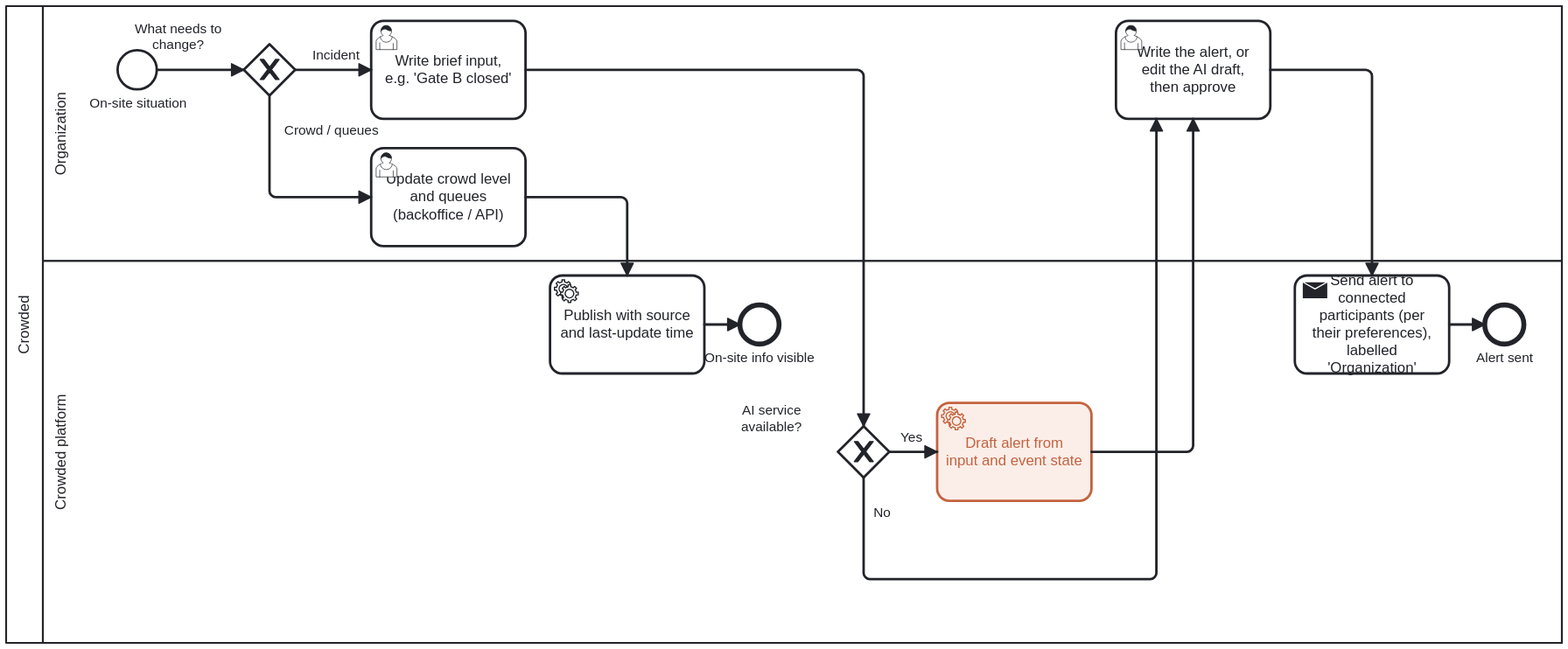
The BPMN diagram docs/deliverables/images/workflow-3b-organization-during-event.svg in andrereis26/crowded-labdsof, before a commit. Its source is kept beside it as docs/deliverables/bpmn/workflow-3b-organization-during-event.bpmn. Ids are renumbered. The source it was exported from:
```xml
<bpmn:definitions xmlns:bpmn="http://www.omg.org/spec/BPMN/20100524/MODEL" xmlns:bpmndi="http://www.omg.org/spec/BPMN/20100524/DI" xmlns:dc="http://www.omg.org/spec/DD/20100524/DC" xmlns:di="http://www.omg.org/spec/DD/20100524/DI" xmlns:bioc="http://bpmn.io/schema/bpmn/biocolor/1.0" xmlns:color="http://www.omg.org/spec/BPMN/non-normative/color/1.0" id="Defs_workflow_3b_organization_during_event" targetNamespace="https://crowded.example/bpmn" exporter="crowded-labdsof" exporterVersion="1.0">
  <bpmn:collaboration id="Collab">
    <bpmn:participant id="Pool_crowded" name="Crowded" processRef="Proc_crowded" />
  </bpmn:collaboration>
  <bpmn:process id="Proc_crowded" isExecutable="false">
    <bpmn:laneSet id="LaneSet_crowded">
      <bpmn:lane id="Lane_O" name="Organization">
        <bpmn:flowNodeRef>s</bpmn:flowNodeRef>
        <bpmn:flowNodeRef>g1</bpmn:flowNodeRef>
        <bpmn:flowNodeRef>inp</bpmn:flowNodeRef>
        <bpmn:flowNodeRef>upd</bpmn:flowNodeRef>
        <bpmn:flowNodeRef>rev</bpmn:flowNodeRef>
      </bpmn:lane>
      <bpmn:lane id="Lane_C" name="Crowded platform">
        <bpmn:flowNodeRef>pub</bpmn:flowNodeRef>
        <bpmn:flowNodeRef>e1</bpmn:flowNodeRef>
        <bpmn:flowNodeRef>g2</bpmn:flowNodeRef>
        <bpmn:flowNodeRef>draft</bpmn:flowNodeRef>
        <bpmn:flowNodeRef>send</bpmn:flowNodeRef>
        <bpmn:flowNodeRef>e2</bpmn:flowNodeRef>
      </bpmn:lane>
    </bpmn:laneSet>
    <bpmn:startEvent id="s" name="On-site situation">
      <bpmn:outgoing>Flow_1</bpmn:outgoing>
    </bpmn:startEvent>
    <bpmn:exclusiveGateway id="g1" name="What needs to change?">
      <bpmn:incoming>Flow_1</bpmn:incoming>
      <bpmn:outgoing>Flow_2</bpmn:outgoing>
      <bpmn:outgoing>Flow_3</bpmn:outgoing>
    </bpmn:exclusiveGateway>
    <bpmn:userTask id="inp" name="Write brief input, e.g. &#x27;Gate B closed&#x27;">
      <bpmn:incoming>Flow_2</bpmn:incoming>
      <bpmn:outgoing>Flow_6</bpmn:outgoing>
    </bpmn:userTask>
    <bpmn:userTask id="upd" name="Update crowd level and queues (backoffice / API)">
      <bpmn:incoming>Flow_3</bpmn:incoming>
      <bpmn:outgoing>Flow_4</bpmn:outgoing>
    </bpmn:userTask>
    <bpmn:serviceTask id="pub" name="Publish with source and last-update time">
      <bpmn:incoming>Flow_4</bpmn:incoming>
      <bpmn:outgoing>Flow_5</bpmn:outgoing>
    </bpmn:serviceTask>
    <bpmn:endEvent id="e1" name="On-site info visible">
      <bpmn:incoming>Flow_5</bpmn:incoming>
    </bpmn:endEvent>
    <bpmn:exclusiveGateway id="g2" name="AI service available?">
      <bpmn:incoming>Flow_6</bpmn:incoming>
      <bpmn:outgoing>Flow_7</bpmn:outgoing>
      <bpmn:outgoing>Flow_8</bpmn:outgoing>
    </bpmn:exclusiveGateway>
    <bpmn:serviceTask id="draft" name="Draft alert from input and event state">
      <bpmn:incoming>Flow_7</bpmn:incoming>
      <bpmn:outgoing>Flow_9</bpmn:outgoing>
    </bpmn:serviceTask>
    <bpmn:userTask id="rev" name="Write the alert, or edit the AI draft, then approve">
      <bpmn:incoming>Flow_9</bpmn:incoming>
      <bpmn:incoming>Flow_8</bpmn:incoming>
      <bpmn:outgoing>Flow_11</bpmn:outgoing>
    </bpmn:userTask>
    <bpmn:sendTask id="send" name="Send alert to connected participants (per their preferences), labelled &#x27;Organization&#x27;">
      <bpmn:incoming>Flow_11</bpmn:incoming>
      <bpmn:outgoing>Flow_12</bpmn:outgoing>
    </bpmn:sendTask>
    <bpmn:endEvent id="e2" name="Alert sent">
      <bpmn:incoming>Flow_12</bpmn:incoming>
    </bpmn:endEvent>
    <bpmn:sequenceFlow id="Flow_1" sourceRef="s" targetRef="g1" />
    <bpmn:sequenceFlow id="Flow_2" name="Incident" sourceRef="g1" targetRef="inp" />
    <bpmn:sequenceFlow id="Flow_3" name="Crowd / queues" sourceRef="g1" targetRef="upd" />
    <bpmn:sequenceFlow id="Flow_4" sourceRef="upd" targetRef="pub" />
    <bpmn:sequenceFlow id="Flow_5" sourceRef="pub" targetRef="e1" />
    <bpmn:sequenceFlow id="Flow_6" sourceRef="inp" targetRef="g2" />
    <bpmn:sequenceFlow id="Flow_7" name="Yes" sourceRef="g2" targetRef="draft" />
    <bpmn:sequenceFlow id="Flow_8" name="No" sourceRef="g2" targetRef="rev" />
    <bpmn:sequenceFlow id="Flow_9" sourceRef="draft" targetRef="rev" />
    <bpmn:sequenceFlow id="Flow_11" sourceRef="rev" targetRef="send" />
    <bpmn:sequenceFlow id="Flow_12" sourceRef="send" targetRef="e2" />
  </bpmn:process>
  <bpmndi:BPMNDiagram id="Diagram">
    <bpmndi:BPMNPlane id="Plane" bpmnElement="Collab">
      <bpmndi:BPMNShape id="Pool_crowded_di" bpmnElement="Pool_crowded" isHorizontal="true"><dc:Bounds x="16" y="16" width="1270" height="520" /></bpmndi:BPMNShape>
      <bpmndi:BPMNShape id="Lane_O_di" bpmnElement="Lane_O" isHorizontal="true"><dc:Bounds x="46" y="16" width="1240" height="208" /></bpmndi:BPMNShape>
      <bpmndi:BPMNShape id="Lane_C_di" bpmnElement="Lane_C" isHorizontal="true"><dc:Bounds x="46" y="224" width="1240" height="312" /></bpmndi:BPMNShape>
      <bpmndi:BPMNShape id="s_di" bpmnElement="s"><dc:Bounds x="107" y="52" width="32" height="32" /><bpmndi:BPMNLabel><dc:Bounds x="83" y="89" width="81" height="26" /></bpmndi:BPMNLabel></bpmndi:BPMNShape>
      <bpmndi:BPMNShape id="g1_di" bpmnElement="g1" isMarkerVisible="true"><dc:Bounds x="210" y="47" width="42" height="42" /><bpmndi:BPMNLabel><dc:Bounds x="91" y="28" width="130" height="26" /></bpmndi:BPMNLabel></bpmndi:BPMNShape>
      <bpmndi:BPMNShape id="inp_di" bpmnElement="inp"><dc:Bounds x="314" y="28" width="126" height="80" /></bpmndi:BPMNShape>
      <bpmndi:BPMNShape id="upd_di" bpmnElement="upd"><dc:Bounds x="314" y="132" width="126" height="80" /></bpmndi:BPMNShape>
      <bpmndi:BPMNShape id="pub_di" bpmnElement="pub"><dc:Bounds x="460" y="236" width="126" height="80" /></bpmndi:BPMNShape>
      <bpmndi:BPMNShape id="e1_di" bpmnElement="e1"><dc:Bounds x="615" y="260" width="32" height="32" /><bpmndi:BPMNLabel><dc:Bounds x="580" y="297" width="102" height="26" /></bpmndi:BPMNLabel></bpmndi:BPMNShape>
      <bpmndi:BPMNShape id="g2_di" bpmnElement="g2" isMarkerVisible="true"><dc:Bounds x="695" y="359" width="42" height="42" /><bpmndi:BPMNLabel><dc:Bounds x="576" y="340" width="130" height="26" /></bpmndi:BPMNLabel></bpmndi:BPMNShape>
      <bpmndi:BPMNShape id="draft_di" bpmnElement="draft" bioc:stroke="#c4633f" bioc:fill="#fbeee8" color:background-color="#fbeee8" color:border-color="#c4633f"><dc:Bounds x="776" y="340" width="126" height="80" /></bpmndi:BPMNShape>
      <bpmndi:BPMNShape id="rev_di" bpmnElement="rev"><dc:Bounds x="922" y="28" width="126" height="80" /></bpmndi:BPMNShape>
      <bpmndi:BPMNShape id="send_di" bpmnElement="send"><dc:Bounds x="1068" y="236" width="126" height="80" /></bpmndi:BPMNShape>
      <bpmndi:BPMNShape id="e2_di" bpmnElement="e2"><dc:Bounds x="1223" y="260" width="32" height="32" /><bpmndi:BPMNLabel><dc:Bounds x="1213" y="297" width="52" height="26" /></bpmndi:BPMNLabel></bpmndi:BPMNShape>
      <bpmndi:BPMNEdge id="Flow_1_di" bpmnElement="Flow_1"><di:waypoint x="139" y="68" /><di:waypoint x="210" y="68" /></bpmndi:BPMNEdge>
      <bpmndi:BPMNEdge id="Flow_2_di" bpmnElement="Flow_2"><di:waypoint x="252" y="68" /><di:waypoint x="314" y="68" /><bpmndi:BPMNLabel><dc:Bounds x="258" y="50" width="54" height="14" /></bpmndi:BPMNLabel></bpmndi:BPMNEdge>
      <bpmndi:BPMNEdge id="Flow_3_di" bpmnElement="Flow_3"><di:waypoint x="231" y="89" /><di:waypoint x="231" y="172" /><di:waypoint x="314" y="172" /><bpmndi:BPMNLabel><dc:Bounds x="237" y="111" width="90" height="14" /></bpmndi:BPMNLabel></bpmndi:BPMNEdge>
      <bpmndi:BPMNEdge id="Flow_4_di" bpmnElement="Flow_4"><di:waypoint x="440" y="172" /><di:waypoint x="523" y="172" /><di:waypoint x="523" y="236" /></bpmndi:BPMNEdge>
      <bpmndi:BPMNEdge id="Flow_5_di" bpmnElement="Flow_5"><di:waypoint x="586" y="276" /><di:waypoint x="615" y="276" /></bpmndi:BPMNEdge>
      <bpmndi:BPMNEdge id="Flow_6_di" bpmnElement="Flow_6"><di:waypoint x="440" y="68" /><di:waypoint x="716" y="68" /><di:waypoint x="716" y="359" /></bpmndi:BPMNEdge>
      <bpmndi:BPMNEdge id="Flow_7_di" bpmnElement="Flow_7"><di:waypoint x="737" y="380" /><di:waypoint x="776" y="380" /><bpmndi:BPMNLabel><dc:Bounds x="743" y="362" width="24" height="14" /></bpmndi:BPMNLabel></bpmndi:BPMNEdge>
      <bpmndi:BPMNEdge id="Flow_8_di" bpmnElement="Flow_8"><di:waypoint x="716" y="401" /><di:waypoint x="716" y="484" /><di:waypoint x="955" y="484" /><di:waypoint x="955" y="108" /><bpmndi:BPMNLabel><dc:Bounds x="722" y="423" width="18" height="14" /></bpmndi:BPMNLabel></bpmndi:BPMNEdge>
      <bpmndi:BPMNEdge id="Flow_9_di" bpmnElement="Flow_9"><di:waypoint x="902" y="380" /><di:waypoint x="985" y="380" /><di:waypoint x="985" y="108" /></bpmndi:BPMNEdge>
      <bpmndi:BPMNEdge id="Flow_11_di" bpmnElement="Flow_11"><di:waypoint x="1048" y="68" /><di:waypoint x="1131" y="68" /><di:waypoint x="1131" y="236" /></bpmndi:BPMNEdge>
      <bpmndi:BPMNEdge id="Flow_12_di" bpmnElement="Flow_12"><di:waypoint x="1194" y="276" /><di:waypoint x="1223" y="276" /></bpmndi:BPMNEdge>
    </bpmndi:BPMNPlane>
  </bpmndi:BPMNDiagram>
</bpmn:definitions>
```
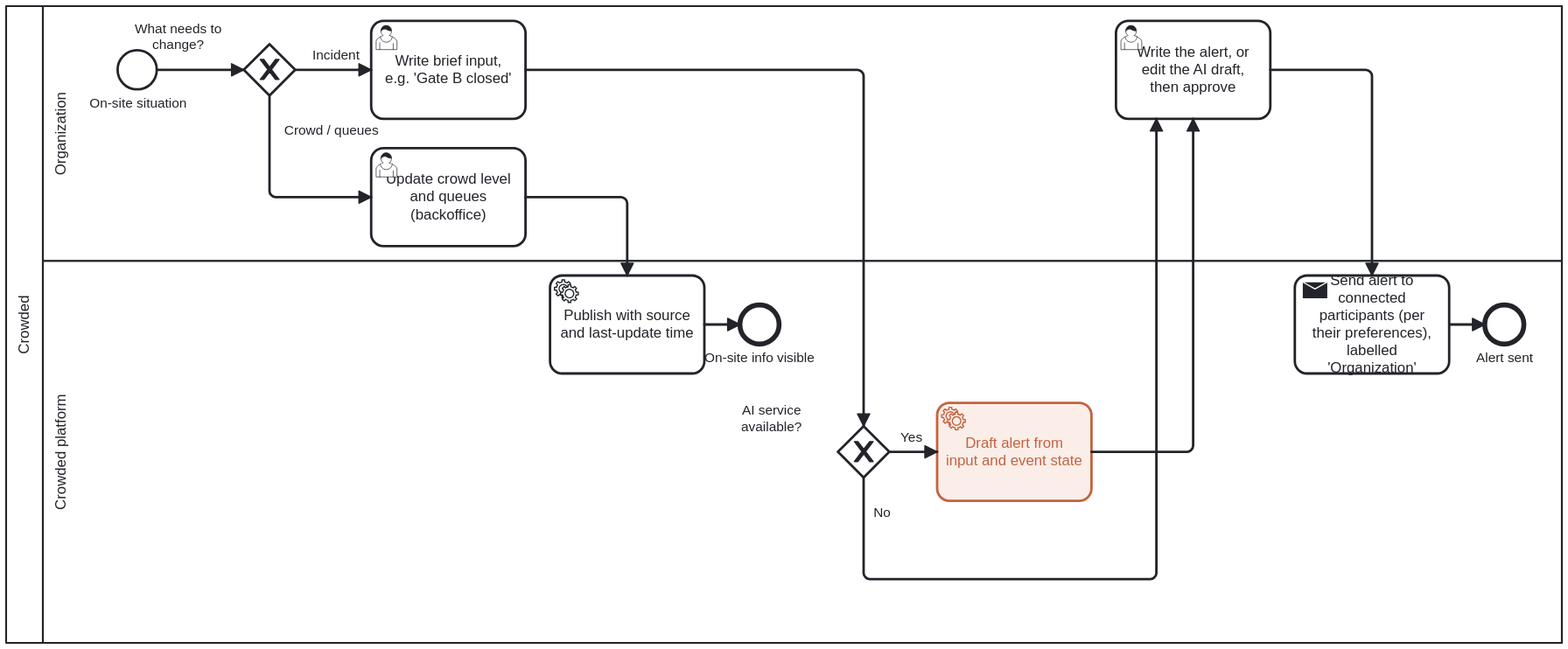
Later version of the same file.

Diff of the diagram source:
```diff
@@ -32,7 +32,7 @@
       <bpmn:incoming>Flow_2</bpmn:incoming>
       <bpmn:outgoing>Flow_6</bpmn:outgoing>
     </bpmn:userTask>
-    <bpmn:userTask id="upd" name="Update crowd level and queues (backoffice / API)">
+    <bpmn:userTask id="upd" name="Update crowd level and queues (backoffice)">
       <bpmn:incoming>Flow_3</bpmn:incoming>
       <bpmn:outgoing>Flow_4</bpmn:outgoing>
     </bpmn:userTask>
```
